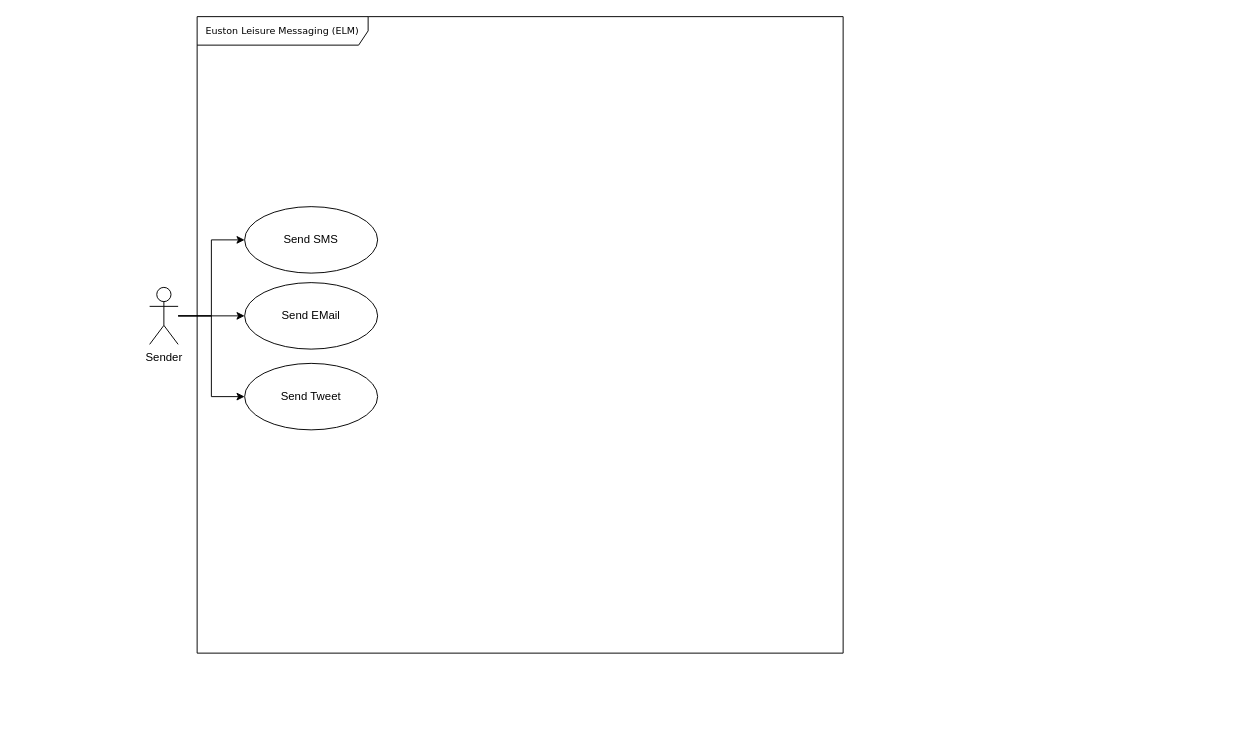
This is UseCase.drawio from ersanne/ELM-MessageProcessing, a draw.io file, before an edit. Source tidied: cells renumbered, new cells numbered last; positions are measured from the earlier drawing's top-left corner, leaving out a move shared by most shapes. Both pictures are drawn from the tidied source at 95%, with x=0, y=0 at pixel (149, 16).
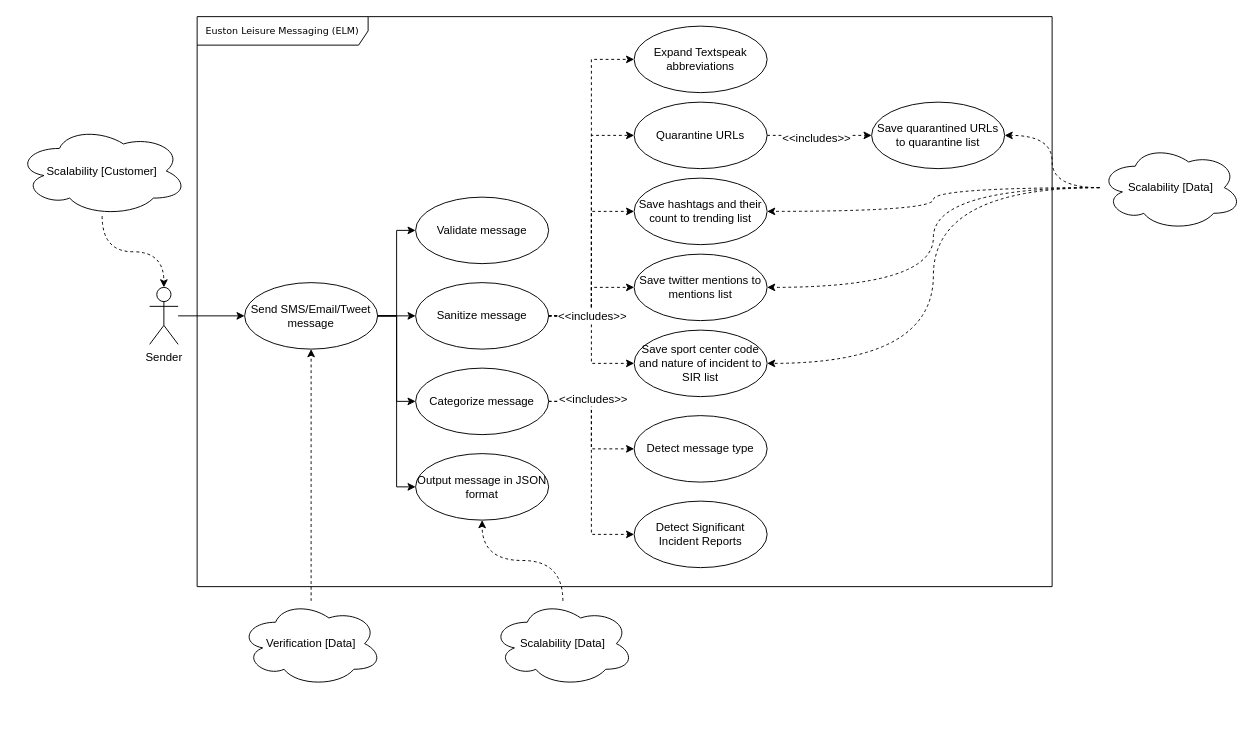
After the change.

The change refers to these unchanged cells:
```xml
<mxCell id="6" value="Sender" style="shape=umlActor;verticalLabelPosition=bottom;labelBackgroundColor=#ffffff;verticalAlign=top;html=1;" parent="1" vertex="1">
  <mxGeometry y="285" width="30" height="60" as="geometry" />
</mxCell>
```

What changed in the source:
```diff
@@
     <mxCell id="2" value="Euston Leisure Messaging (ELM)" style="shape=umlFrame;whiteSpace=wrap;html=1;rounded=0;shadow=0;comic=0;labelBackgroundColor=none;strokeWidth=1;fontFamily=Verdana;fontSize=10;align=center;width=180;height=30;" parent="1" vertex="1">
-      <mxGeometry x="50" width="680" height="670" as="geometry" />
+      <mxGeometry x="50" width="900" height="600" as="geometry" />
     </mxCell>
-    <mxCell id="3" style="edgeStyle=orthogonalEdgeStyle;rounded=0;jettySize=auto;html=1;" parent="1" edge="1" source="6" target="8">
-      <mxGeometry relative="1" as="geometry" />
-    </mxCell>
@@
-    <mxCell id="5" style="edgeStyle=orthogonalEdgeStyle;rounded=0;jettySize=auto;html=1;entryX=0;entryY=0.5;entryDx=0;entryDy=0;" parent="1" edge="1" source="6" target="9">
-      <mxGeometry relative="1" as="geometry" />
-    </mxCell>
@@
+    <mxCell id="10" style="edgeStyle=orthogonalEdgeStyle;rounded=0;jettySize=auto;html=1;exitX=1;exitY=0.5;exitDx=0;exitDy=0;entryX=0;entryY=0.5;entryDx=0;entryDy=0;" parent="1" edge="1" source="7" target="20">
+      <mxGeometry relative="1" as="geometry" />
+    </mxCell>
+    <mxCell id="11" style="edgeStyle=orthogonalEdgeStyle;rounded=0;jettySize=auto;html=1;exitX=1;exitY=0.5;exitDx=0;exitDy=0;entryX=0;entryY=0.5;entryDx=0;entryDy=0;" parent="1" edge="1" source="7" target="21">
+      <mxGeometry relative="1" as="geometry" />
+    </mxCell>
+    <mxCell id="12" style="edgeStyle=orthogonalEdgeStyle;rounded=0;jettySize=auto;html=1;exitX=1;exitY=0.5;exitDx=0;exitDy=0;entryX=0;entryY=0.5;entryDx=0;entryDy=0;" parent="1" edge="1" source="7" target="24">
+      <mxGeometry relative="1" as="geometry" />
+    </mxCell>
+    <mxCell id="13" style="edgeStyle=orthogonalEdgeStyle;rounded=0;jettySize=auto;html=1;exitX=1;exitY=0.5;exitDx=0;exitDy=0;entryX=0;entryY=0.5;entryDx=0;entryDy=0;" parent="1" edge="1" source="7" target="34">
+      <mxGeometry relative="1" as="geometry" />
+    </mxCell>
-    <mxCell id="7" value="Send SMS" style="ellipse;whiteSpace=wrap;html=1;" parent="1" vertex="1">
-      <mxGeometry x="100" y="200" width="140" height="70" as="geometry" />
+    <mxCell id="7" value="Send SMS/Email/Tweet message" style="ellipse;whiteSpace=wrap;html=1;" parent="1" vertex="1">
+      <mxGeometry x="100" y="280" width="140" height="70" as="geometry" />
     </mxCell>
-    <mxCell id="8" value="Send EMail" style="ellipse;whiteSpace=wrap;html=1;" parent="1" vertex="1">
-      <mxGeometry x="100" y="280" width="140" height="70" as="geometry" />
-    </mxCell>
-    <mxCell id="9" value="Send Tweet" style="ellipse;whiteSpace=wrap;html=1;" parent="1" vertex="1">
-      <mxGeometry x="100" y="365" width="140" height="70" as="geometry" />
-    </mxCell>
+    <mxCell id="14" style="edgeStyle=orthogonalEdgeStyle;rounded=0;jettySize=auto;html=1;exitX=1;exitY=0.5;exitDx=0;exitDy=0;entryX=0;entryY=0.5;entryDx=0;entryDy=0;dashed=1;" parent="1" edge="1" source="20" target="31">
+      <mxGeometry relative="1" as="geometry" />
+    </mxCell>
+    <mxCell id="15" style="edgeStyle=orthogonalEdgeStyle;rounded=0;jettySize=auto;html=1;exitX=1;exitY=0.5;exitDx=0;exitDy=0;entryX=0;entryY=0.5;entryDx=0;entryDy=0;dashed=1;" parent="1" edge="1" source="20" target="30">
+      <mxGeometry relative="1" as="geometry" />
+    </mxCell>
+    <mxCell id="16" style="edgeStyle=orthogonalEdgeStyle;rounded=0;jettySize=auto;html=1;exitX=1;exitY=0.5;exitDx=0;exitDy=0;entryX=0;entryY=0.5;entryDx=0;entryDy=0;dashed=1;" parent="1" edge="1" source="20" target="28">
+      <mxGeometry relative="1" as="geometry" />
+    </mxCell>
+    <mxCell id="17" style="edgeStyle=orthogonalEdgeStyle;rounded=0;jettySize=auto;html=1;exitX=1;exitY=0.5;exitDx=0;exitDy=0;entryX=0;entryY=0.5;entryDx=0;entryDy=0;dashed=1;" parent="1" edge="1" source="20" target="29">
+      <mxGeometry relative="1" as="geometry" />
+    </mxCell>
+    <mxCell id="18" style="edgeStyle=orthogonalEdgeStyle;rounded=0;jettySize=auto;html=1;exitX=1;exitY=0.5;exitDx=0;exitDy=0;entryX=0;entryY=0.5;entryDx=0;entryDy=0;dashed=1;" parent="1" edge="1" source="20" target="33">
+      <mxGeometry relative="1" as="geometry" />
+    </mxCell>
+    <mxCell id="19" value="&amp;lt;&amp;lt;includes&amp;gt;&amp;gt;" style="text;html=1;align=center;verticalAlign=middle;labelBackgroundColor=#ffffff;" parent="18" vertex="1">
+      <mxGeometry x="-0.51" y="2" relative="1" as="geometry">
+        <mxPoint x="11" y="2" as="offset" />
+      </mxGeometry>
+    </mxCell>
+    <mxCell id="20" value="Sanitize message" style="ellipse;whiteSpace=wrap;html=1;" parent="1" vertex="1">
+      <mxGeometry x="280" y="280" width="140" height="70" as="geometry" />
+    </mxCell>
+    <mxCell id="21" value="Validate message" style="ellipse;whiteSpace=wrap;html=1;" parent="1" vertex="1">
+      <mxGeometry x="280" y="190" width="140" height="70" as="geometry" />
+    </mxCell>
+    <mxCell id="22" style="edgeStyle=orthogonalEdgeStyle;rounded=0;jettySize=auto;html=1;exitX=1;exitY=0.5;exitDx=0;exitDy=0;dashed=1;" parent="1" edge="1" source="24" target="25">
+      <mxGeometry relative="1" as="geometry" />
+    </mxCell>
+    <mxCell id="23" style="edgeStyle=orthogonalEdgeStyle;rounded=0;jettySize=auto;html=1;exitX=1;exitY=0.5;exitDx=0;exitDy=0;entryX=0;entryY=0.5;entryDx=0;entryDy=0;dashed=1;" parent="1" edge="1" source="24" target="26">
+      <mxGeometry relative="1" as="geometry" />
+    </mxCell>
+    <mxCell id="24" value="Categorize message" style="ellipse;whiteSpace=wrap;html=1;" parent="1" vertex="1">
+      <mxGeometry x="280" y="370" width="140" height="70" as="geometry" />
+    </mxCell>
+    <mxCell id="25" value="Detect message type" style="ellipse;whiteSpace=wrap;html=1;" parent="1" vertex="1">
+      <mxGeometry x="510" y="420" width="140" height="70" as="geometry" />
+    </mxCell>
+    <mxCell id="26" value="Detect Significant Incident Reports" style="ellipse;whiteSpace=wrap;html=1;" parent="1" vertex="1">
+      <mxGeometry x="510" y="510" width="140" height="70" as="geometry" />
+    </mxCell>
+    <mxCell id="27" style="edgeStyle=none;rounded=0;jettySize=auto;html=1;exitX=1;exitY=0.5;exitDx=0;exitDy=0;entryX=0;entryY=0.5;entryDx=0;entryDy=0;dashed=1;" parent="1" edge="1" source="28" target="32">
+      <mxGeometry relative="1" as="geometry" />
+    </mxCell>
+    <mxCell id="28" value="Quarantine URLs" style="ellipse;whiteSpace=wrap;html=1;" parent="1" vertex="1">
+      <mxGeometry x="510" y="90" width="140" height="70" as="geometry" />
+    </mxCell>
+    <mxCell id="29" value="Expand Textspeak abbreviations" style="ellipse;whiteSpace=wrap;html=1;" parent="1" vertex="1">
+      <mxGeometry x="510" y="10" width="140" height="70" as="geometry" />
+    </mxCell>
+    <mxCell id="30" value="Save hashtags and their count to trending list" style="ellipse;whiteSpace=wrap;html=1;" parent="1" vertex="1">
+      <mxGeometry x="510" y="170" width="140" height="70" as="geometry" />
+    </mxCell>
+    <mxCell id="31" value="Save twitter mentions to mentions list" style="ellipse;whiteSpace=wrap;html=1;" parent="1" vertex="1">
+      <mxGeometry x="510" y="250" width="140" height="70" as="geometry" />
+    </mxCell>
+    <mxCell id="32" value="Save quarantined URLs to quarantine list" style="ellipse;whiteSpace=wrap;html=1;" parent="1" vertex="1">
+      <mxGeometry x="760" y="90" width="140" height="70" as="geometry" />
+    </mxCell>
+    <mxCell id="33" value="Save sport center code and nature of incident to SIR list" style="ellipse;whiteSpace=wrap;html=1;" parent="1" vertex="1">
+      <mxGeometry x="510" y="330" width="140" height="70" as="geometry" />
+    </mxCell>
+    <mxCell id="34" value="Output message in JSON format" style="ellipse;whiteSpace=wrap;html=1;" parent="1" vertex="1">
+      <mxGeometry x="280" y="460" width="140" height="70" as="geometry" />
+    </mxCell>
+    <mxCell id="35" style="edgeStyle=orthogonalEdgeStyle;curved=1;rounded=0;jettySize=auto;html=1;dashed=1;" parent="1" edge="1" source="36" target="7">
+      <mxGeometry relative="1" as="geometry" />
+    </mxCell>
+    <mxCell id="36" value="Verification [Data]" style="ellipse;shape=cloud;whiteSpace=wrap;html=1;" parent="1" vertex="1">
+      <mxGeometry x="95" y="615" width="150" height="90" as="geometry" />
+    </mxCell>
+    <mxCell id="37" style="text;html=1;align=center;verticalAlign=middle;" parent="1" vertex="1">
+      <mxGeometry x="612" y="716" width="20" height="20" as="geometry" />
+    </mxCell>
+    <mxCell id="38" style="edgeStyle=orthogonalEdgeStyle;curved=1;rounded=0;jettySize=auto;html=1;entryX=1;entryY=0.5;entryDx=0;entryDy=0;dashed=1;" parent="1" edge="1" source="42" target="32">
+      <mxGeometry relative="1" as="geometry" />
+    </mxCell>
+    <mxCell id="39" style="edgeStyle=orthogonalEdgeStyle;curved=1;rounded=0;jettySize=auto;html=1;entryX=1;entryY=0.5;entryDx=0;entryDy=0;dashed=1;" parent="1" edge="1" source="42" target="30">
+      <mxGeometry relative="1" as="geometry" />
+    </mxCell>
+    <mxCell id="40" style="edgeStyle=orthogonalEdgeStyle;curved=1;rounded=0;jettySize=auto;html=1;entryX=1;entryY=0.5;entryDx=0;entryDy=0;dashed=1;" parent="1" edge="1" source="42" target="31">
+      <mxGeometry relative="1" as="geometry" />
+    </mxCell>
+    <mxCell id="41" style="edgeStyle=orthogonalEdgeStyle;curved=1;rounded=0;jettySize=auto;html=1;entryX=1;entryY=0.5;entryDx=0;entryDy=0;dashed=1;" parent="1" edge="1" source="42" target="33">
+      <mxGeometry relative="1" as="geometry" />
+    </mxCell>
+    <mxCell id="42" value="Scalability [Data]" style="ellipse;shape=cloud;whiteSpace=wrap;html=1;" parent="1" vertex="1">
+      <mxGeometry x="1000" y="135" width="150" height="90" as="geometry" />
+    </mxCell>
+    <mxCell id="43" style="edgeStyle=orthogonalEdgeStyle;curved=1;rounded=0;jettySize=auto;html=1;entryX=0.5;entryY=0;entryDx=0;entryDy=0;entryPerimeter=0;dashed=1;" parent="1" edge="1" source="44" target="6">
+      <mxGeometry relative="1" as="geometry" />
+    </mxCell>
+    <mxCell id="44" value="Scalability [Customer]" style="ellipse;shape=cloud;whiteSpace=wrap;html=1;" parent="1" vertex="1">
+      <mxGeometry x="-140" y="115" width="180" height="95" as="geometry" />
+    </mxCell>
+    <mxCell id="45" style="edgeStyle=orthogonalEdgeStyle;curved=1;rounded=0;jettySize=auto;html=1;entryX=0.5;entryY=1;entryDx=0;entryDy=0;dashed=1;" parent="1" edge="1" source="46" target="34">
+      <mxGeometry relative="1" as="geometry" />
+    </mxCell>
+    <mxCell id="46" value="Scalability [Data]" style="ellipse;shape=cloud;whiteSpace=wrap;html=1;" parent="1" vertex="1">
+      <mxGeometry x="360" y="615" width="150" height="90" as="geometry" />
+    </mxCell>
+    <mxCell id="47" value="&amp;lt;&amp;lt;includes&amp;gt;&amp;gt;" style="text;html=1;align=center;verticalAlign=middle;labelBackgroundColor=#ffffff;" parent="1" vertex="1">
+      <mxGeometry x="455" y="400" as="geometry">
+        <mxPoint x="11" y="2" as="offset" />
+      </mxGeometry>
+    </mxCell>
+    <mxCell id="48" value="&amp;lt;&amp;lt;includes&amp;gt;&amp;gt;" style="text;html=1;align=center;verticalAlign=middle;labelBackgroundColor=#ffffff;" parent="1" vertex="1">
+      <mxGeometry x="690" y="125" as="geometry">
+        <mxPoint x="11" y="2" as="offset" />
+      </mxGeometry>
+    </mxCell>
```
